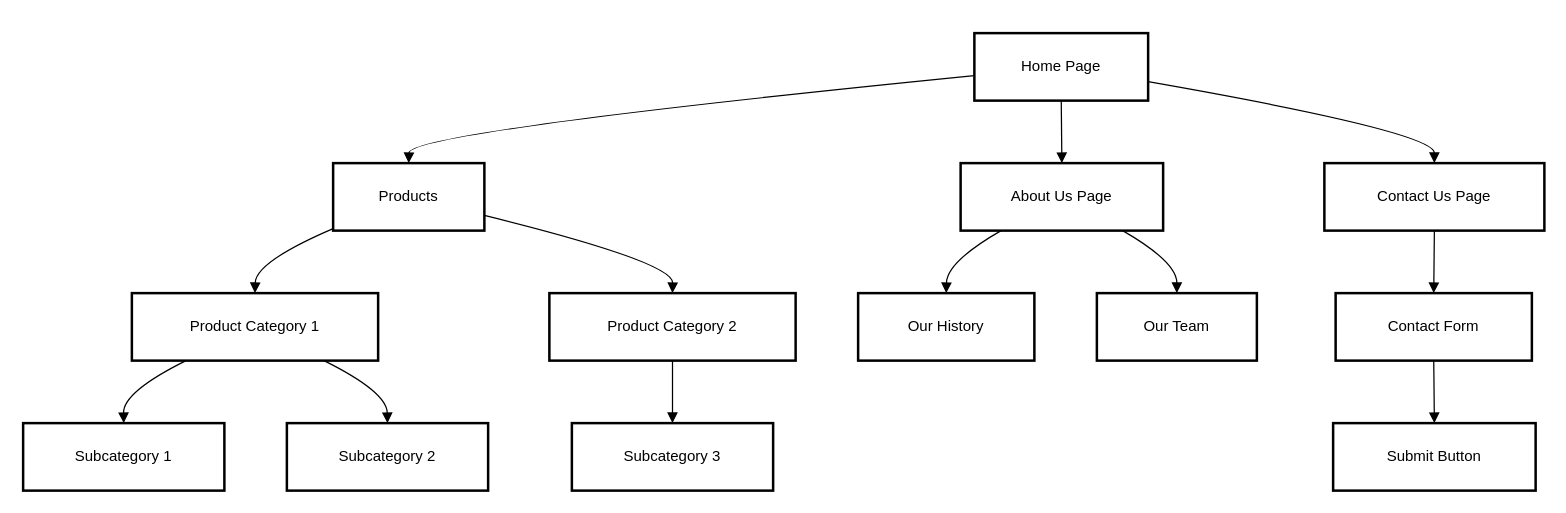
This is Diagrams/page_heirarchy2.drawio from vandorena/NEA, a draw.io file, before an edit. Source tidied: cells renumbered, new cells numbered last; positions are measured from the earlier drawing's top-left corner, leaving out a move shared by most shapes. Both pictures are drawn from the tidied source at 125%, with x=0, y=0 at pixel (22, 32).
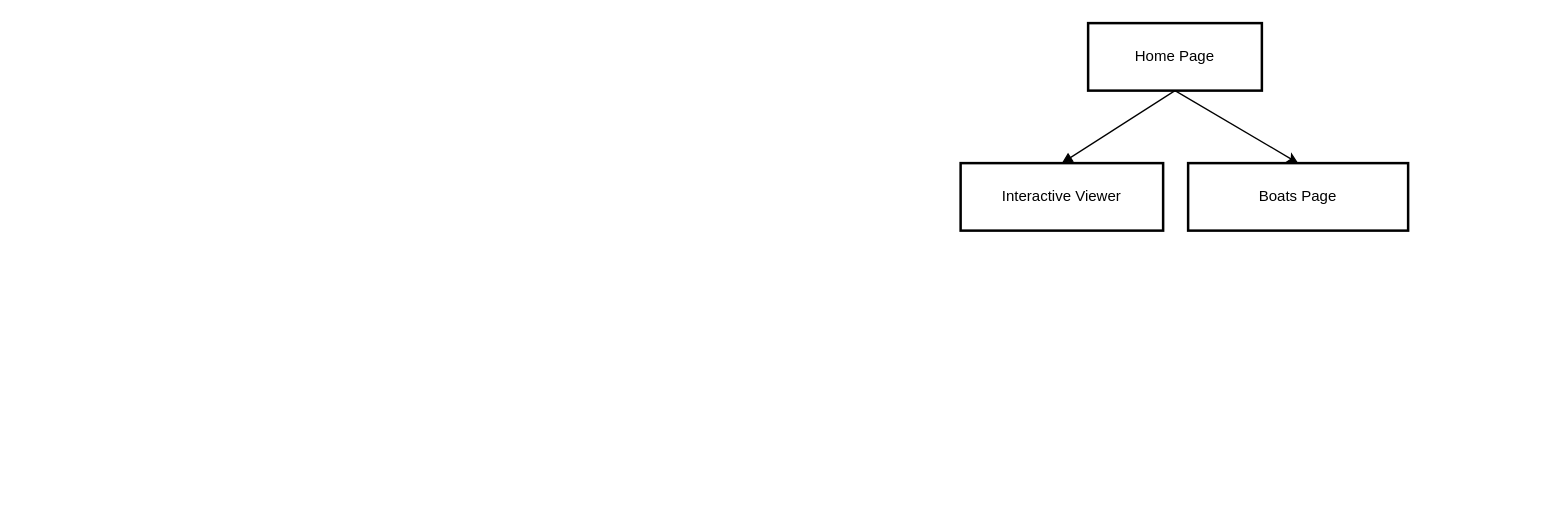
After the change.

What changed in the source:
```diff
@@
+    <mxCell id="17" style="rounded=0;jettySize=auto;html=1;entryX=0.5;entryY=0;entryDx=0;entryDy=0;exitX=0.5;exitY=1;exitDx=0;exitDy=0;" parent="1" edge="1" source="2" target="5">
+      <mxGeometry relative="1" as="geometry" />
+    </mxCell>
     <mxCell id="2" value="Home Page" style="whiteSpace=wrap;strokeWidth=2;" parent="1" vertex="1">
-      <mxGeometry x="761" width="139" height="54" as="geometry" />
+      <mxGeometry x="852" y="-8" width="139" height="54" as="geometry" />
     </mxCell>
-    <mxCell id="3" value="Products" style="whiteSpace=wrap;strokeWidth=2;" parent="1" vertex="1">
-      <mxGeometry x="248" y="104" width="121" height="54" as="geometry" />
-    </mxCell>
-    <mxCell id="4" value="About Us Page" style="whiteSpace=wrap;strokeWidth=2;" parent="1" vertex="1">
+    <mxCell id="4" value="Interactive Viewer" style="whiteSpace=wrap;strokeWidth=2;" parent="1" vertex="1">
       <mxGeometry x="750" y="104" width="162" height="54" as="geometry" />
     </mxCell>
-    <mxCell id="5" value="Contact Us Page" style="whiteSpace=wrap;strokeWidth=2;" parent="1" vertex="1">
-      <mxGeometry x="1041" y="104" width="176" height="54" as="geometry" />
+    <mxCell id="5" value="Boats Page" style="whiteSpace=wrap;strokeWidth=2;" parent="1" vertex="1">
+      <mxGeometry x="932" y="104" width="176" height="54" as="geometry" />
     </mxCell>
-    <mxCell id="6" value="Product Category 1" style="whiteSpace=wrap;strokeWidth=2;" parent="1" vertex="1">
-      <mxGeometry x="87" y="208" width="197" height="54" as="geometry" />
-    </mxCell>
-    <mxCell id="7" value="Product Category 2" style="whiteSpace=wrap;strokeWidth=2;" parent="1" vertex="1">
-      <mxGeometry x="421" y="208" width="197" height="54" as="geometry" />
-    </mxCell>
-    <mxCell id="8" value="Subcategory 1" style="whiteSpace=wrap;strokeWidth=2;" parent="1" vertex="1">
-      <mxGeometry y="312" width="161" height="54" as="geometry" />
-    </mxCell>
-    <mxCell id="9" value="Subcategory 2" style="whiteSpace=wrap;strokeWidth=2;" parent="1" vertex="1">
-      <mxGeometry x="211" y="312" width="161" height="54" as="geometry" />
-    </mxCell>
-    <mxCell id="10" value="Subcategory 3" style="whiteSpace=wrap;strokeWidth=2;" parent="1" vertex="1">
-      <mxGeometry x="439" y="312" width="161" height="54" as="geometry" />
-    </mxCell>
-    <mxCell id="11" value="Our History" style="whiteSpace=wrap;strokeWidth=2;" parent="1" vertex="1">
-      <mxGeometry x="668" y="208" width="141" height="54" as="geometry" />
-    </mxCell>
-    <mxCell id="12" value="Our Team" style="whiteSpace=wrap;strokeWidth=2;" parent="1" vertex="1">
-      <mxGeometry x="859" y="208" width="128" height="54" as="geometry" />
-    </mxCell>
-    <mxCell id="13" value="Contact Form" style="whiteSpace=wrap;strokeWidth=2;" parent="1" vertex="1">
-      <mxGeometry x="1050" y="208" width="157" height="54" as="geometry" />
-    </mxCell>
-    <mxCell id="14" value="Submit Button" style="whiteSpace=wrap;strokeWidth=2;" parent="1" vertex="1">
-      <mxGeometry x="1048" y="312" width="162" height="54" as="geometry" />
-    </mxCell>
-    <mxCell id="15" style="curved=1;startArrow=none;endArrow=block;exitX=0;exitY=0.63;entryX=0.5;entryY=0;" parent="1" edge="1" source="2" target="3">
-      <mxGeometry relative="1" as="geometry">
-        <Array as="points">
-          <mxPoint x="309" y="79" />
-        </Array>
-      </mxGeometry>
-    </mxCell>
@@
-    <mxCell id="17" style="curved=1;startArrow=none;endArrow=block;exitX=1;exitY=0.72;entryX=0.5;entryY=0;" parent="1" edge="1" source="2" target="5">
-      <mxGeometry relative="1" as="geometry">
-        <Array as="points">
-          <mxPoint x="1129" y="79" />
-        </Array>
-      </mxGeometry>
-    </mxCell>
-    <mxCell id="18" style="curved=1;startArrow=none;endArrow=block;exitX=0;exitY=0.97;entryX=0.5;entryY=0;" parent="1" edge="1" source="3" target="6">
-      <mxGeometry relative="1" as="geometry">
-        <Array as="points">
-          <mxPoint x="186" y="183" />
-        </Array>
-      </mxGeometry>
-    </mxCell>
-    <mxCell id="19" style="curved=1;startArrow=none;endArrow=block;exitX=1.01;exitY=0.78;entryX=0.5;entryY=0;" parent="1" edge="1" source="3" target="7">
-      <mxGeometry relative="1" as="geometry">
-        <Array as="points">
-          <mxPoint x="520" y="183" />
-        </Array>
-      </mxGeometry>
-    </mxCell>
-    <mxCell id="20" style="curved=1;startArrow=none;endArrow=block;exitX=0.22;exitY=1;entryX=0.5;entryY=0;" parent="1" edge="1" source="6" target="8">
-      <mxGeometry relative="1" as="geometry">
-        <Array as="points">
-          <mxPoint x="80" y="287" />
-        </Array>
-      </mxGeometry>
-    </mxCell>
-    <mxCell id="21" style="curved=1;startArrow=none;endArrow=block;exitX=0.78;exitY=1;entryX=0.5;entryY=0;" parent="1" edge="1" source="6" target="9">
-      <mxGeometry relative="1" as="geometry">
-        <Array as="points">
-          <mxPoint x="291" y="287" />
-        </Array>
-      </mxGeometry>
-    </mxCell>
-    <mxCell id="22" style="curved=1;startArrow=none;endArrow=block;exitX=0.5;exitY=1;entryX=0.5;entryY=0;" parent="1" edge="1" source="7" target="10">
-      <mxGeometry relative="1" as="geometry" />
-    </mxCell>
-    <mxCell id="23" style="curved=1;startArrow=none;endArrow=block;exitX=0.2;exitY=1;entryX=0.5;entryY=0;" parent="1" edge="1" source="4" target="11">
-      <mxGeometry relative="1" as="geometry">
-        <Array as="points">
-          <mxPoint x="739" y="183" />
-        </Array>
-      </mxGeometry>
-    </mxCell>
-    <mxCell id="24" style="curved=1;startArrow=none;endArrow=block;exitX=0.8;exitY=1;entryX=0.5;entryY=0;" parent="1" edge="1" source="4" target="12">
-      <mxGeometry relative="1" as="geometry">
-        <Array as="points">
-          <mxPoint x="923" y="183" />
-        </Array>
-      </mxGeometry>
-    </mxCell>
-    <mxCell id="25" style="curved=1;startArrow=none;endArrow=block;exitX=0.5;exitY=1;entryX=0.5;entryY=0;" parent="1" edge="1" source="5" target="13">
-      <mxGeometry relative="1" as="geometry" />
-    </mxCell>
-    <mxCell id="26" style="curved=1;startArrow=none;endArrow=block;exitX=0.5;exitY=1;entryX=0.5;entryY=0;" parent="1" edge="1" source="13" target="14">
-      <mxGeometry relative="1" as="geometry" />
-    </mxCell>
```
